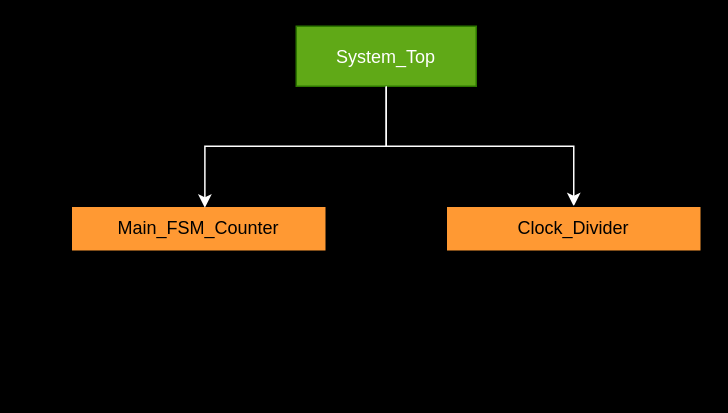
The draw.io diagram 2/img/BreakDown.drawio in gordonpow/lab_hardware_test, before the edit. Source tidied: cells renumbered, new cells numbered last; positions are measured from the earlier drawing's top-left corner, leaving out a move shared by most shapes. Both pictures are drawn from the tidied source at 150%, with x=0, y=0 at pixel (70, 26).
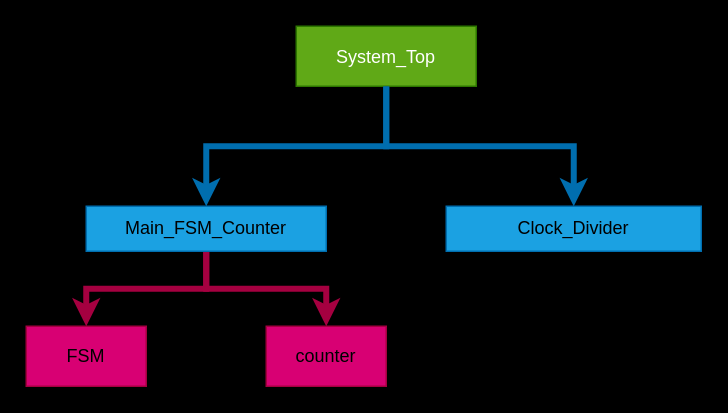
Above is the later version.

Diff of the diagram source:
```diff
@@
 <mxGraphModel background="#000000">
   <root>
     <mxCell id="0" />
     <mxCell id="1" parent="0" />
-    <mxCell id="2" style="edgeStyle=orthogonalEdgeStyle;sketch=0;html=1;exitX=0.5;exitY=1;exitDx=0;exitDy=0;entryX=0.5;entryY=0;entryDx=0;entryDy=0;rounded=0;strokeColor=#FFFFFF;" parent="1" edge="1" source="3" target="5">
+    <mxCell id="2" style="edgeStyle=orthogonalEdgeStyle;sketch=0;html=1;exitX=0.5;exitY=1;exitDx=0;exitDy=0;entryX=0.5;entryY=0;entryDx=0;entryDy=0;rounded=0;strokeColor=#006EAF;fillColor=#1ba1e2;fontSize=11;strokeWidth=4;" parent="1" edge="1" source="3" target="5">
       <mxGeometry relative="1" as="geometry" />
     </mxCell>
     <mxCell id="3" value="System_Top" style="rounded=0;fillColor=#60a917;strokeColor=#2D7600;fontColor=#ffffff;" parent="1" vertex="1">
       <mxGeometry x="150" width="120" height="40" as="geometry" />
     </mxCell>
+    <mxCell id="7" style="edgeStyle=orthogonalEdgeStyle;html=1;exitX=0.5;exitY=1;exitDx=0;exitDy=0;entryX=0.5;entryY=0;entryDx=0;entryDy=0;rounded=0;fontSize=11;strokeWidth=4;fillColor=#d80073;strokeColor=#A50040;" parent="1" edge="1" source="4" target="9">
+      <mxGeometry relative="1" as="geometry" />
+    </mxCell>
+    <mxCell id="8" style="edgeStyle=orthogonalEdgeStyle;html=1;exitX=0.5;exitY=1;exitDx=0;exitDy=0;entryX=0.5;entryY=0;entryDx=0;entryDy=0;rounded=0;fontSize=11;strokeWidth=4;fillColor=#d80073;strokeColor=#A50040;" parent="1" edge="1" source="4" target="10">
+      <mxGeometry relative="1" as="geometry" />
+    </mxCell>
-    <mxCell id="4" value="&lt;font color=&quot;#000000&quot;&gt;Main_FSM_Counter&lt;/font&gt;" style="rounded=0;whiteSpace=wrap;html=1;fillColor=#FF9933;" parent="1" vertex="1">
-      <mxGeometry y="120" width="170" height="30" as="geometry" />
+    <mxCell id="4" value="&lt;font color=&quot;#000000&quot;&gt;Main_FSM_Counter&lt;/font&gt;" style="rounded=0;whiteSpace=wrap;html=1;fillColor=#1ba1e2;fontColor=#ffffff;strokeColor=#006EAF;" parent="1" vertex="1">
+      <mxGeometry x="10" y="120" width="160" height="30" as="geometry" />
     </mxCell>
-    <mxCell id="5" value="&lt;font color=&quot;#000000&quot;&gt;Clock_Divider&lt;/font&gt;" style="rounded=0;whiteSpace=wrap;html=1;fillColor=#FF9933;" parent="1" vertex="1">
+    <mxCell id="5" value="&lt;font color=&quot;#000000&quot;&gt;Clock_Divider&lt;/font&gt;" style="rounded=0;whiteSpace=wrap;html=1;fillColor=#1ba1e2;fontColor=#ffffff;strokeColor=#006EAF;" parent="1" vertex="1">
       <mxGeometry x="250" y="120" width="170" height="30" as="geometry" />
     </mxCell>
-    <mxCell id="6" style="endArrow=classic;html=1;exitX=0.5;exitY=1;exitDx=0;exitDy=0;entryX=0.524;entryY=0.033;entryDx=0;entryDy=0;entryPerimeter=0;edgeStyle=orthogonalEdgeStyle;rounded=0;strokeColor=#FFFFFF;" parent="1" edge="1" source="3" target="4">
+    <mxCell id="6" style="endArrow=classic;html=1;exitX=0.5;exitY=1;exitDx=0;exitDy=0;edgeStyle=orthogonalEdgeStyle;rounded=0;strokeColor=#006EAF;entryX=0.5;entryY=0;entryDx=0;entryDy=0;fillColor=#1ba1e2;fontSize=11;strokeWidth=4;" parent="1" edge="1" source="3" target="4">
       <mxGeometry relative="1" as="geometry" />
     </mxCell>
+    <mxCell id="9" value="&lt;font color=&quot;#000000&quot;&gt;FSM&lt;/font&gt;" style="rounded=0;whiteSpace=wrap;html=1;fillColor=#d80073;fontColor=#ffffff;strokeColor=#A50040;" parent="1" vertex="1">
+      <mxGeometry x="-30" y="200" width="80" height="40" as="geometry" />
+    </mxCell>
+    <mxCell id="10" value="&lt;font color=&quot;#000000&quot;&gt;counter&lt;/font&gt;" style="rounded=0;whiteSpace=wrap;html=1;fillColor=#d80073;fontColor=#ffffff;strokeColor=#A50040;" parent="1" vertex="1">
+      <mxGeometry x="130" y="200" width="80" height="40" as="geometry" />
+    </mxCell>
   </root>
 </mxGraphModel>
```
